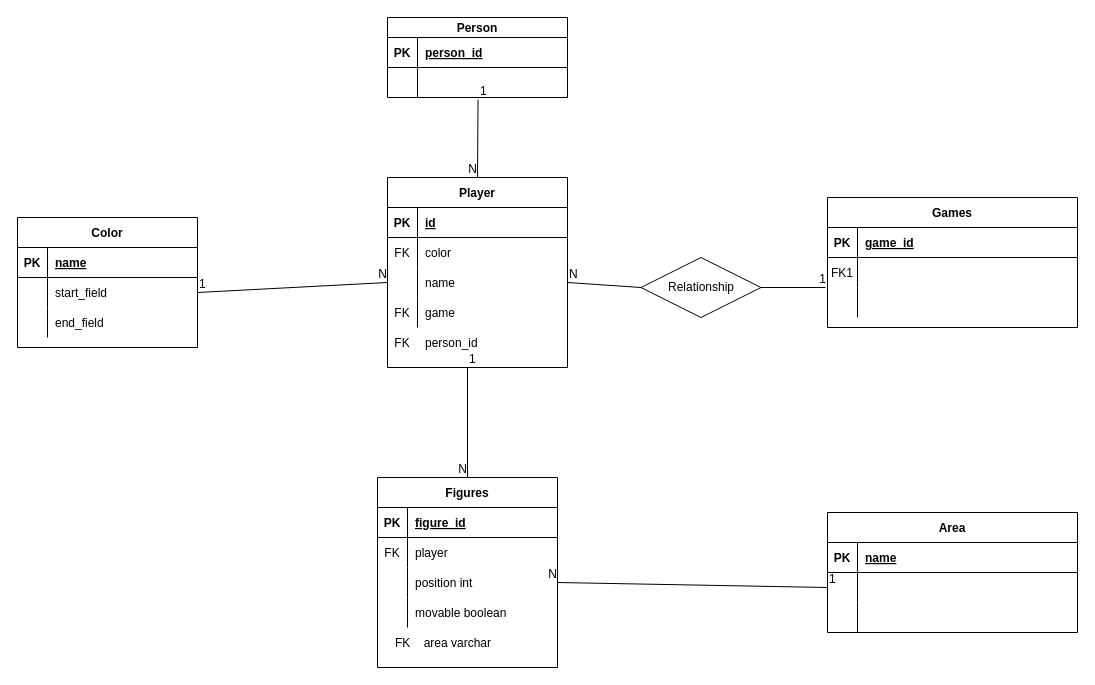
This is ERM.drawio from Derpzz/SPE-MAD, a draw.io file, before an edit. Source tidied: cells renumbered, new cells numbered last; positions are measured from the earlier drawing's top-left corner, leaving out a move shared by most shapes. Both pictures are drawn from the tidied source at 100%, with x=0, y=0 at pixel (17, 17).
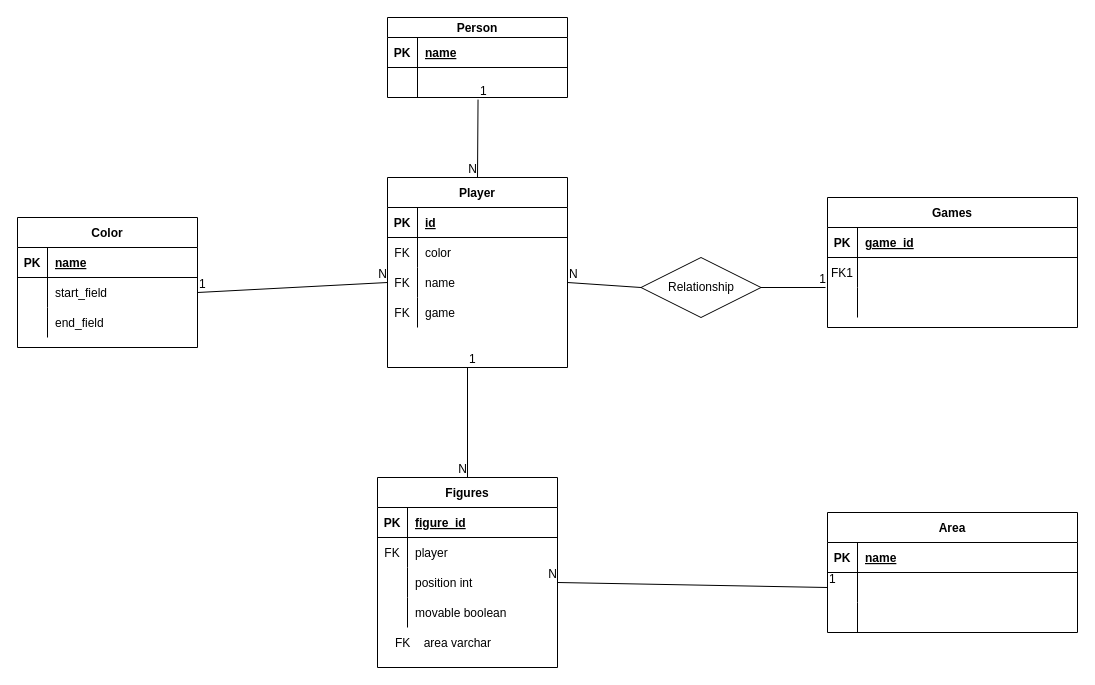
The same diagram, later.

The change refers to these unchanged cells:
```xml
<mxCell id="29" style="shape=tableRow;horizontal=0;startSize=0;swimlaneHead=0;swimlaneBody=0;fillColor=none;points=[[0,0.5],[1,0.5]];portConstraint=eastwest;top=0;left=0;right=0;bottom=0;" parent="22" vertex="1">
  <mxGeometry y="90" width="180" height="30" as="geometry" />
</mxCell>
<mxCell id="62" style="shape=tableRow;horizontal=0;startSize=0;swimlaneHead=0;swimlaneBody=0;fillColor=none;top=0;left=0;right=0;bottom=1;" parent="61" vertex="1">
  <mxGeometry y="20" width="180" height="30" as="geometry" />
</mxCell>
```

What changed in the source:
```diff
@@
-    <mxCell id="30" style="shape=partialRectangle;fillColor=none;top=0;left=0;bottom=0;right=0;overflow=hidden;" parent="29" vertex="1">
+    <mxCell id="30" value="FK" style="shape=partialRectangle;fillColor=none;top=0;left=0;bottom=0;right=0;overflow=hidden;" parent="29" vertex="1">
       <mxGeometry width="30" height="30" as="geometry" />
     </mxCell>
@@
-    <mxCell id="64" value="person_id" style="shape=partialRectangle;fillColor=none;top=0;left=0;bottom=0;right=0;align=left;spacingLeft=6;fontStyle=5;overflow=hidden;" parent="62" vertex="1">
+    <mxCell id="64" value="name" style="shape=partialRectangle;fillColor=none;top=0;left=0;bottom=0;right=0;align=left;spacingLeft=6;fontStyle=5;overflow=hidden;" parent="62" vertex="1">
       <mxGeometry x="30" width="150" height="30" as="geometry" />
     </mxCell>
@@
-    <mxCell id="68" value="person_id" style="shape=partialRectangle;fillColor=none;top=0;left=0;bottom=0;right=0;align=left;spacingLeft=6;overflow=hidden;" parent="1" vertex="1">
-      <mxGeometry x="400" y="310" width="150" height="30" as="geometry" />
-    </mxCell>
-    <mxCell id="69" value="FK" style="shape=partialRectangle;fillColor=none;top=0;left=0;bottom=0;right=0;overflow=hidden;" parent="1" vertex="1">
-      <mxGeometry x="370" y="310" width="30" height="30" as="geometry" />
-    </mxCell>
```
